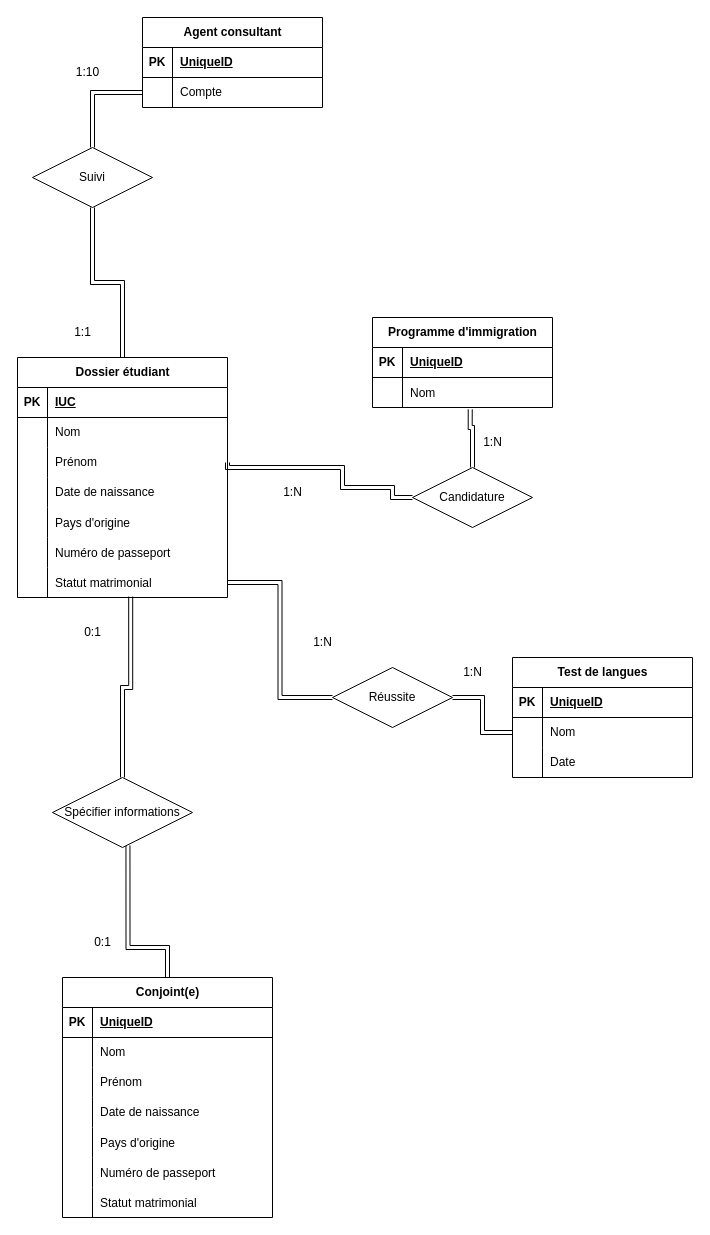
This is mi-session/Exercice1_Entité-association.drawio from DATA-1029/2099322_data1029, a draw.io file, before an edit. Source tidied: cells renumbered, new cells numbered last; positions are measured from the earlier drawing's top-left corner, leaving out a move shared by most shapes. Both pictures are drawn from the tidied source at 100%, with x=0, y=0 at pixel (17, 17).
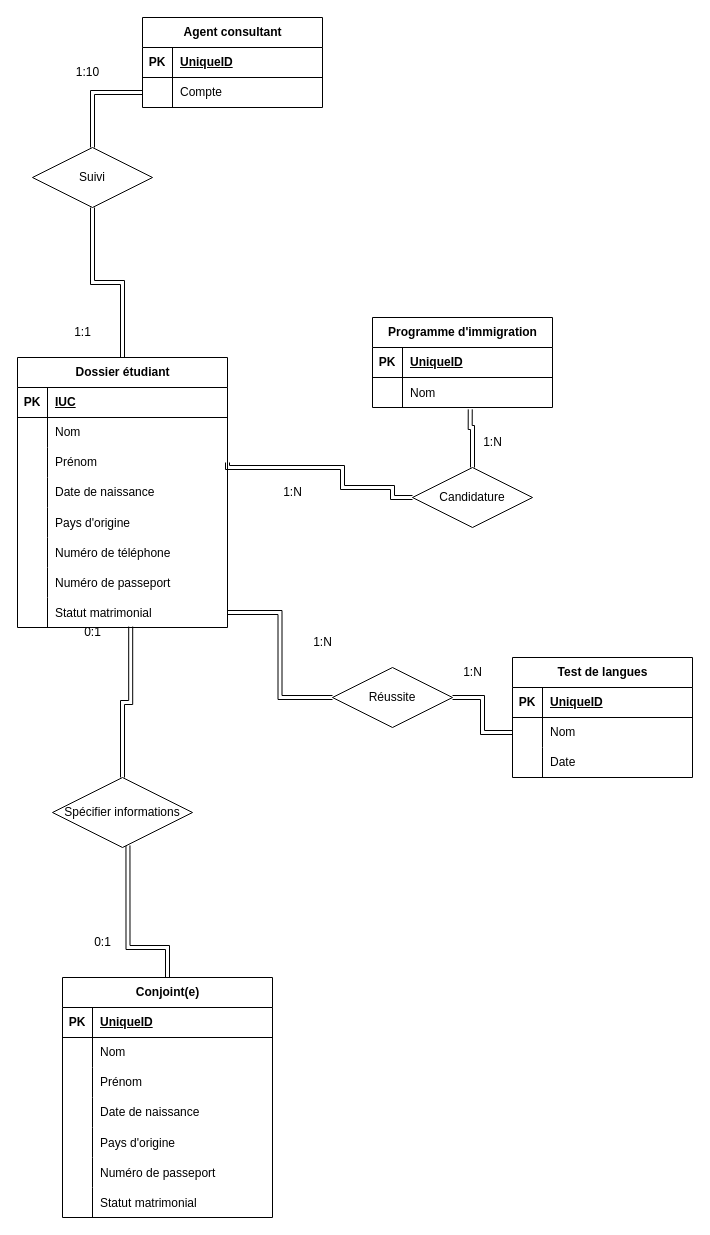
Above is the later version.

The edit, as a diff of the source:
```diff
@@
     <mxCell id="2" value="Dossier étudiant" style="shape=table;startSize=30;childLayout=tableLayout;rowLines=0;fontStyle=1;align=center;html=1;" parent="1" vertex="1">
-      <mxGeometry y="340" width="210" height="240" as="geometry" />
+      <mxGeometry y="340" width="210" height="270" as="geometry" />
     </mxCell>
@@
+    <mxCell id="90" style="shape=tableRow;horizontal=0;startSize=0;swimlaneHead=0;swimlaneBody=0;fillColor=none;top=0;left=0;right=0;bottom=0;" parent="2" vertex="1">
+      <mxGeometry y="180" width="210" height="30" as="geometry" />
+    </mxCell>
+    <mxCell id="91" style="shape=partialRectangle;fillColor=none;top=0;left=0;bottom=0;right=0;overflow=hidden;" parent="90" vertex="1">
+      <mxGeometry width="30" height="30" as="geometry" />
+    </mxCell>
+    <mxCell id="92" value="Numéro de téléphone" style="shape=partialRectangle;fillColor=none;top=0;left=0;bottom=0;right=0;align=left;spacingLeft=6;overflow=hidden;" parent="90" vertex="1">
+      <mxGeometry x="30" width="180" height="30" as="geometry" />
+    </mxCell>
     <mxCell id="18" style="shape=tableRow;horizontal=0;startSize=0;swimlaneHead=0;swimlaneBody=0;fillColor=none;top=0;left=0;right=0;bottom=0;" parent="2" vertex="1">
-      <mxGeometry y="180" width="210" height="30" as="geometry" />
+      <mxGeometry y="210" width="210" height="30" as="geometry" />
     </mxCell>
@@
     <mxCell id="21" style="shape=tableRow;horizontal=0;startSize=0;swimlaneHead=0;swimlaneBody=0;fillColor=none;points=[[0,0.5],[1,0.5]];portConstraint=eastwest;top=0;left=0;right=0;bottom=0;" parent="2" vertex="1">
-      <mxGeometry y="210" width="210" height="30" as="geometry" />
+      <mxGeometry y="240" width="210" height="30" as="geometry" />
     </mxCell>
```
